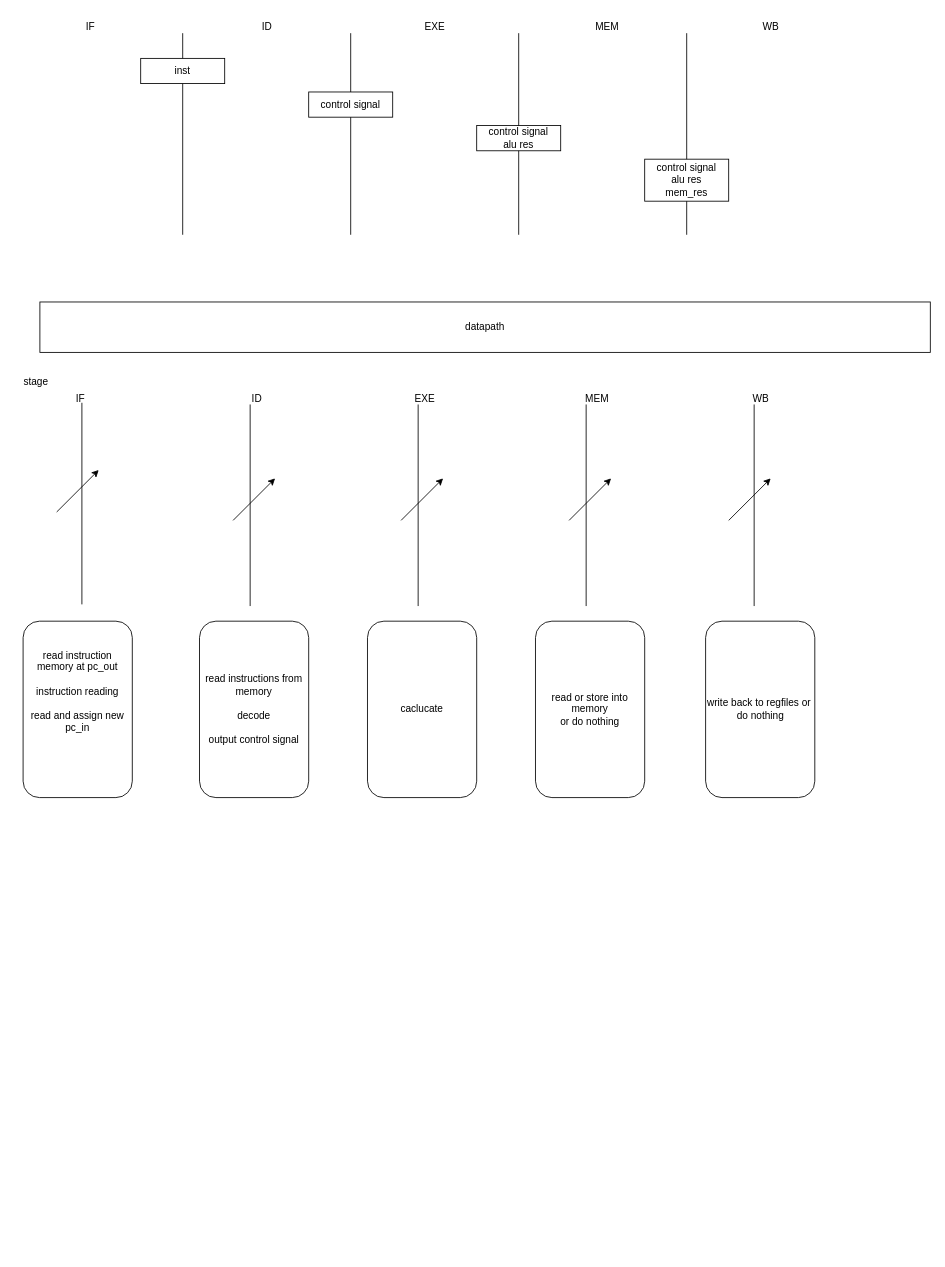
The draw.io diagram doc/cqu_mips.drawio in YaoLightning/cqu_mips, before the edit. Source tidied: cells renumbered, new cells numbered last; positions are measured from the earlier drawing's top-left corner, leaving out a move shared by most shapes. Both pictures are drawn from the tidied source at 84%, with x=0, y=0 at pixel (14, 14).
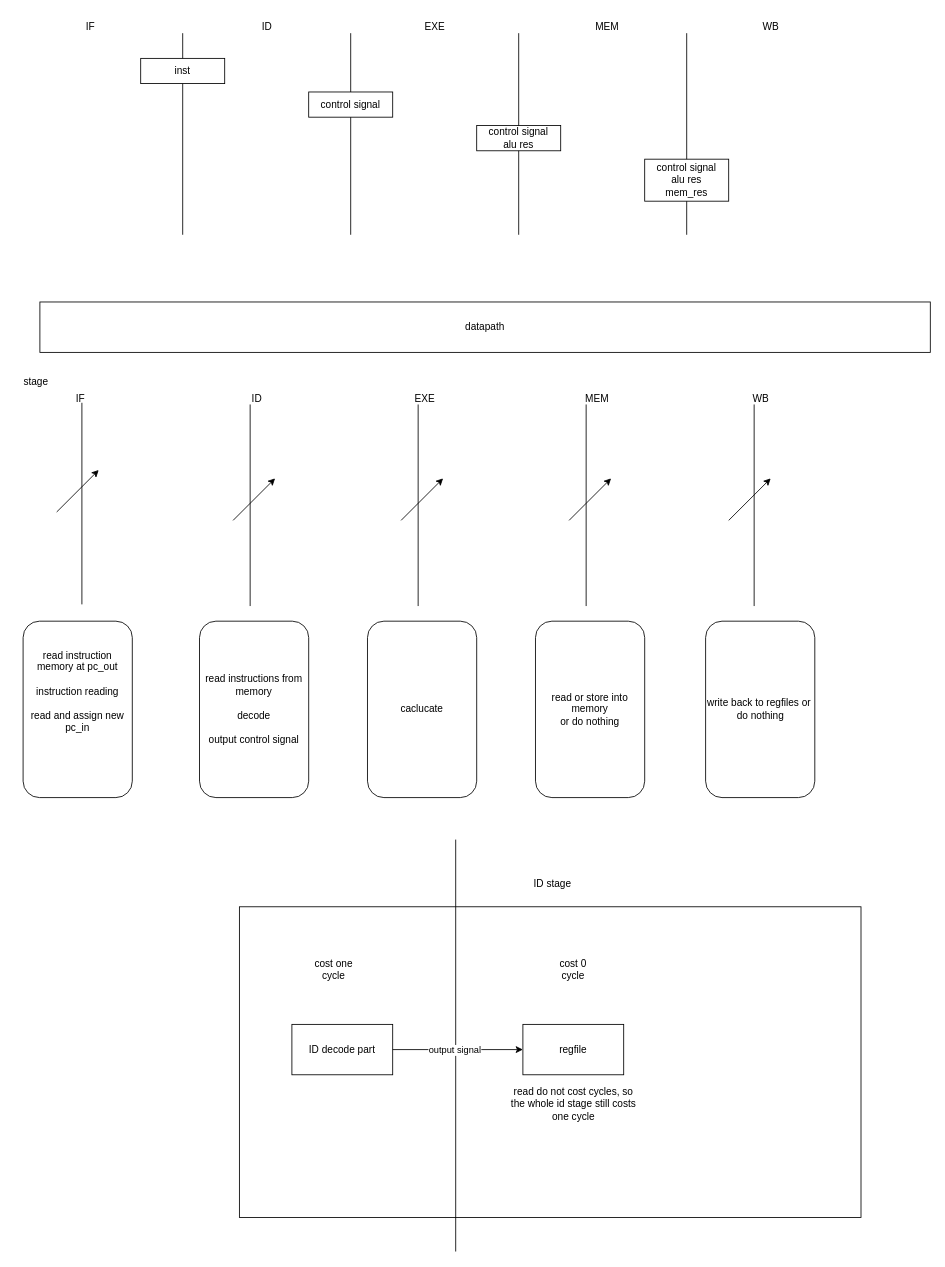
After the change.

What changed in the source:
```diff
@@
+    <mxCell id="37" style="rounded=0;whiteSpace=wrap;html=1;" parent="1" vertex="1">
+      <mxGeometry x="267.5" y="1062" width="740" height="370" as="geometry" />
+    </mxCell>
+    <mxCell id="38" value="ID stage" style="text;html=1;align=center;verticalAlign=middle;strokeColor=none;fillColor=none;" parent="1" vertex="1">
+      <mxGeometry x="605" y="1020" width="70" height="30" as="geometry" />
+    </mxCell>
+    <mxCell id="39" value="ID decode part" style="rounded=0;whiteSpace=wrap;html=1;" parent="1" vertex="1">
+      <mxGeometry x="330" y="1202" width="120" height="60" as="geometry" />
+    </mxCell>
+    <mxCell id="40" style="endArrow=none;html=1;rounded=0;" parent="1" edge="1">
+      <mxGeometry relative="1" as="geometry">
+        <mxPoint x="525" y="1472.4" as="sourcePoint" />
+        <mxPoint x="525" y="982" as="targetPoint" />
+      </mxGeometry>
+    </mxCell>
+    <mxCell id="41" value="cost one cycle" style="text;html=1;align=center;verticalAlign=middle;whiteSpace=wrap;rounded=0;" parent="1" vertex="1">
+      <mxGeometry x="350" y="1122" width="60" height="30" as="geometry" />
+    </mxCell>
+    <mxCell id="42" style="endArrow=classic;html=1;rounded=0;" parent="1" edge="1" source="39" target="44">
+      <mxGeometry relative="1" as="geometry" />
+    </mxCell>
+    <mxCell id="43" value="output signal" style="edgeLabel;html=1;align=center;verticalAlign=middle;" parent="42" vertex="1">
+      <mxGeometry x="-0.06" relative="1" as="geometry" />
+    </mxCell>
+    <mxCell id="44" value="regfile" style="rounded=0;whiteSpace=wrap;html=1;" parent="1" vertex="1">
+      <mxGeometry x="605" y="1202" width="120" height="60" as="geometry" />
+    </mxCell>
+    <mxCell id="45" value="read do not cost cycles, so the whole id stage still costs one cycle" style="text;html=1;align=center;verticalAlign=middle;whiteSpace=wrap;rounded=0;" parent="1" vertex="1">
+      <mxGeometry x="587.5" y="1282" width="155" height="30" as="geometry" />
+    </mxCell>
+    <mxCell id="46" value="cost 0 cycle" style="text;html=1;align=center;verticalAlign=middle;whiteSpace=wrap;rounded=0;" parent="1" vertex="1">
+      <mxGeometry x="635" y="1122" width="60" height="30" as="geometry" />
+    </mxCell>
```
